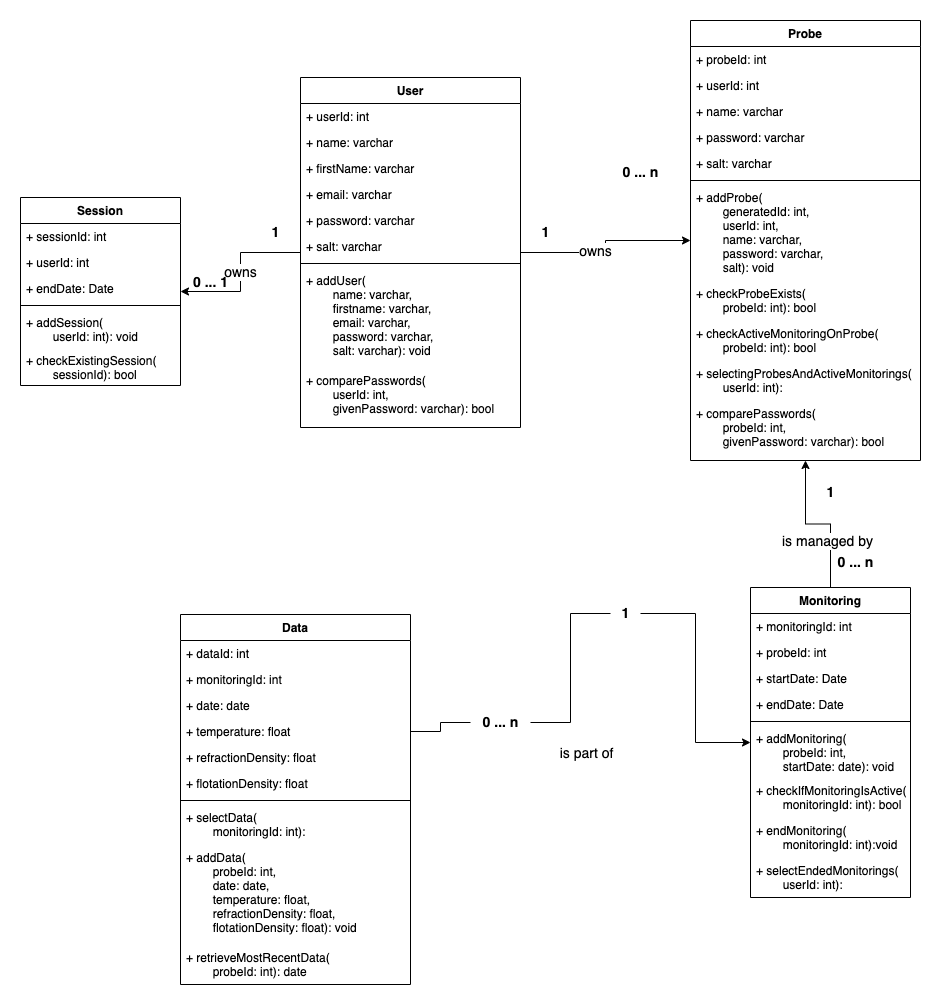
Above: docs/schémas db/Classes.png in AlexandreDoneux/TFE (draw.io), before the change. Source tidied: cells renumbered, new cells last; positions are measured from the earlier drawing's top-left corner, leaving out a move shared by most shapes.
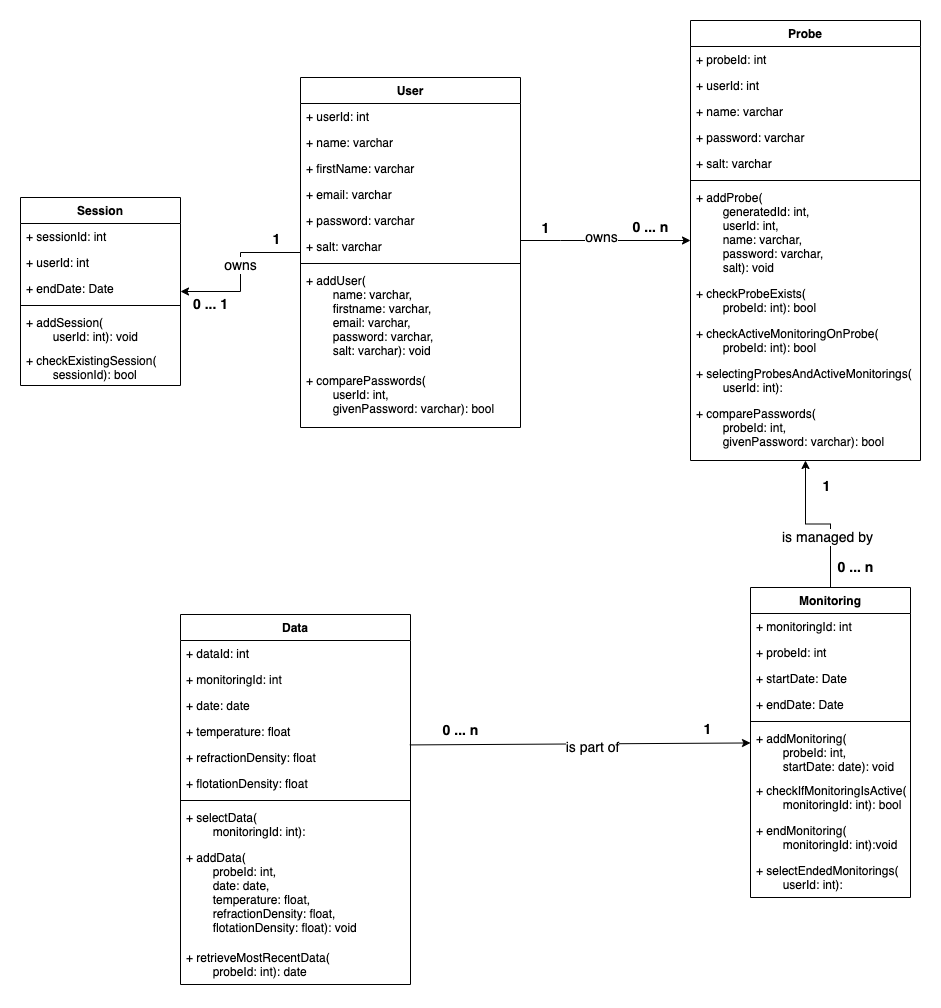
Later version of the same file.

Commit message:
[docs] cleaning classes diagram

Diff of the diagram source:
```diff
@@ -7,14 +7,21 @@
     </mxCell>
     <mxCell id="3" value="owns" style="edgeLabel;html=1;align=center;verticalAlign=middle;fontSize=14;" parent="2" vertex="1">
       <mxGeometry x="-0.02" y="-1" relative="1" as="geometry">
-        <mxPoint y="1" as="offset" />
+        <mxPoint y="-6" as="offset" />
       </mxGeometry>
     </mxCell>
     <mxCell id="4" style="edgeStyle=orthogonalEdgeStyle;html=1;rounded=0;" parent="1" edge="1" source="6" target="18">
-      <mxGeometry relative="1" as="geometry" />
+      <mxGeometry relative="1" as="geometry">
+        <Array as="points">
+          <mxPoint x="540" y="220" />
+          <mxPoint x="540" y="220" />
+        </Array>
+      </mxGeometry>
     </mxCell>
     <mxCell id="5" value="owns" style="edgeLabel;html=1;align=center;verticalAlign=middle;fontSize=14;" parent="4" vertex="1">
-      <mxGeometry x="-0.19" y="2" relative="1" as="geometry" />
+      <mxGeometry x="-0.19" y="2" relative="1" as="geometry">
+        <mxPoint x="11" y="-2" as="offset" />
+      </mxGeometry>
     </mxCell>
     <mxCell id="6" value="User" style="swimlane;fontStyle=1;align=center;verticalAlign=top;horizontal=1;startSize=26;" parent="1" vertex="1">
       <mxGeometry x="280" y="57" width="220" height="350" as="geometry" />
@@ -51,7 +58,7 @@
     </mxCell>
     <mxCell id="17" value="is managed by" style="edgeLabel;html=1;align=center;verticalAlign=middle;fontSize=14;" parent="16" vertex="1">
       <mxGeometry x="0.24" y="-2" relative="1" as="geometry">
-        <mxPoint x="-2" y="10" as="offset" />
+        <mxPoint x="-2" y="6" as="offset" />
       </mxGeometry>
     </mxCell>
     <mxCell id="18" value="Probe" style="swimlane;fontStyle=1;align=center;verticalAlign=top;horizontal=1;startSize=26;" parent="1" vertex="1">
@@ -123,9 +130,6 @@
     <mxCell id="40" value="+ retrieveMostRecentData(&#10;        probeId: int): date" style="text;strokeColor=none;fillColor=none;align=left;verticalAlign=top;spacingLeft=4;spacingRight=4;overflow=hidden;" parent="30" vertex="1">
       <mxGeometry y="330" width="230" height="40" as="geometry" />
     </mxCell>
-    <mxCell id="41" style="edgeStyle=orthogonalEdgeStyle;html=1;entryX=1;entryY=0.5;entryDx=0;entryDy=0;rounded=0;startArrow=none;startFill=1;endArrow=none;endFill=0;" parent="1" edge="1" source="66" target="34">
-      <mxGeometry relative="1" as="geometry" />
-    </mxCell>
     <mxCell id="42" value="Monitoring" style="swimlane;fontStyle=1;align=center;verticalAlign=top;horizontal=1;startSize=26;" parent="1" vertex="1">
       <mxGeometry x="730" y="567" width="160" height="310" as="geometry" />
     </mxCell>
@@ -178,39 +182,34 @@
       <mxGeometry y="150" width="160" height="38" as="geometry" />
     </mxCell>
     <mxCell id="59" value="1" style="text;html=1;align=center;verticalAlign=middle;strokeColor=none;fillColor=none;fontSize=14;fontStyle=1;" parent="1" vertex="1">
-      <mxGeometry x="240" y="197" width="30" height="30" as="geometry" />
+      <mxGeometry x="241" y="204" width="30" height="30" as="geometry" />
     </mxCell>
     <mxCell id="60" value="1" style="text;html=1;align=center;verticalAlign=middle;strokeColor=none;fillColor=none;fontSize=14;fontStyle=1;" parent="1" vertex="1">
-      <mxGeometry x="510" y="197" width="30" height="30" as="geometry" />
+      <mxGeometry x="510" y="193" width="30" height="30" as="geometry" />
     </mxCell>
     <mxCell id="61" value="1" style="text;html=1;align=center;verticalAlign=middle;strokeColor=none;fillColor=none;fontSize=14;fontStyle=1;" parent="1" vertex="1">
-      <mxGeometry x="795" y="457" width="30" height="30" as="geometry" />
+      <mxGeometry x="791" y="451" width="30" height="30" as="geometry" />
     </mxCell>
     <mxCell id="62" value="0 ... 1" style="text;html=1;align=center;verticalAlign=middle;strokeColor=none;fillColor=none;fontSize=14;fontStyle=1;" parent="1" vertex="1">
-      <mxGeometry x="160" y="247" width="60" height="30" as="geometry" />
+      <mxGeometry x="160" y="269" width="60" height="30" as="geometry" />
     </mxCell>
     <mxCell id="63" value="0 ... n" style="text;html=1;align=center;verticalAlign=middle;strokeColor=none;fillColor=none;fontSize=14;fontStyle=1;" parent="1" vertex="1">
-      <mxGeometry x="590" y="137" width="60" height="30" as="geometry" />
+      <mxGeometry x="600" y="192" width="60" height="30" as="geometry" />
     </mxCell>
     <mxCell id="64" value="0 ... n" style="text;html=1;align=center;verticalAlign=middle;strokeColor=none;fillColor=none;fontSize=14;fontStyle=1;" parent="1" vertex="1">
-      <mxGeometry x="805" y="527" width="60" height="30" as="geometry" />
+      <mxGeometry x="805" y="532" width="60" height="30" as="geometry" />
     </mxCell>
-    <mxCell id="65" style="edgeStyle=orthogonalEdgeStyle;html=1;entryX=1;entryY=0.5;entryDx=0;entryDy=0;rounded=0;startArrow=none;startFill=1;endArrow=none;endFill=0;" parent="1" edge="1" source="69" target="66">
-      <mxGeometry relative="1" as="geometry" />
-    </mxCell>
     <mxCell id="66" value="0 ... n" style="text;html=1;align=center;verticalAlign=middle;points=[];strokeColor=none;fillColor=none;fontSize=14;fontStyle=1;" parent="1" vertex="1">
-      <mxGeometry x="450" y="687" width="60" height="30" as="geometry" />
+      <mxGeometry x="410" y="695" width="60" height="30" as="geometry" />
     </mxCell>
-    <mxCell id="67" style="edgeStyle=orthogonalEdgeStyle;html=1;entryX=1;entryY=0.5;entryDx=0;entryDy=0;rounded=0;startArrow=classic;startFill=1;endArrow=none;endFill=0;" parent="1" edge="1" source="42" target="69">
-      <mxGeometry relative="1" as="geometry" />
-    </mxCell>
+    <mxCell id="69" value="1" style="text;html=1;align=center;verticalAlign=middle;points=[];strokeColor=none;fillColor=none;fontSize=14;fontStyle=1;" parent="1" vertex="1">
+      <mxGeometry x="671.7" y="694" width="30" height="30" as="geometry" />
+    </mxCell>
+    <mxCell id="70" style="edgeStyle=none;html=1;exitX=0.997;exitY=0.016;exitDx=0;exitDy=0;exitPerimeter=0;" parent="1" edge="1" source="35" target="42">
+      <mxGeometry relative="1" as="geometry" />
+    </mxCell>
-    <mxCell id="68" value="is part of" style="edgeLabel;html=1;align=center;verticalAlign=middle;fontSize=14;" parent="67" vertex="1">
-      <mxGeometry x="-0.01" relative="1" as="geometry">
-        <mxPoint x="-110" y="74" as="offset" />
-      </mxGeometry>
+    <mxCell id="68" value="&lt;font style=&quot;font-size: 14px;&quot;&gt;is part of&lt;/font&gt;" style="edgeLabel;html=1;align=center;verticalAlign=middle;" parent="70" vertex="1">
+      <mxGeometry x="0.07" y="-3" relative="1" as="geometry" />
     </mxCell>
-    <mxCell id="69" value="1" style="text;html=1;align=center;verticalAlign=middle;points=[];strokeColor=none;fillColor=none;fontSize=14;fontStyle=1;" parent="1" vertex="1">
-      <mxGeometry x="590" y="578" width="30" height="30" as="geometry" />
-    </mxCell>
   </root>
 </mxGraphModel>
```
